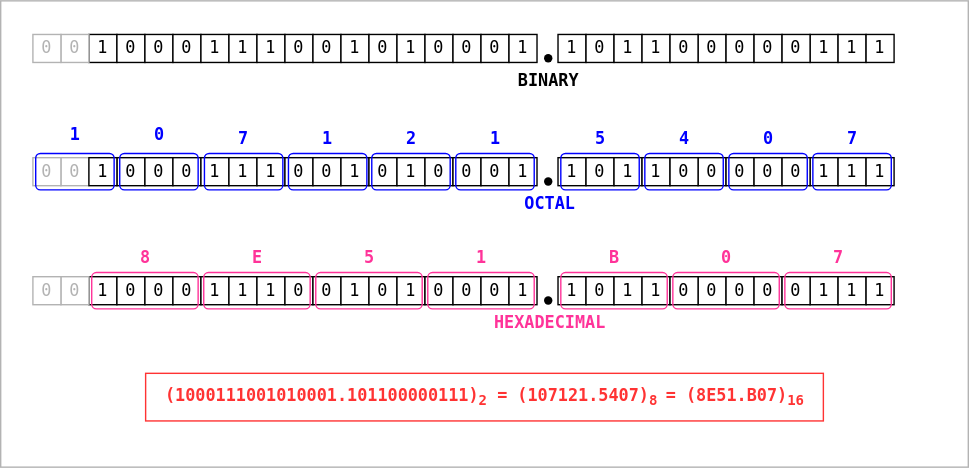
Earlier version of the draw.io export public/diagrams/binary-octal-hex.svg (datkumar/code-journal). Source tidied: cells renumbered, new cells last; positions are measured from the earlier drawing's top-left corner, leaving out a move shared by most shapes.
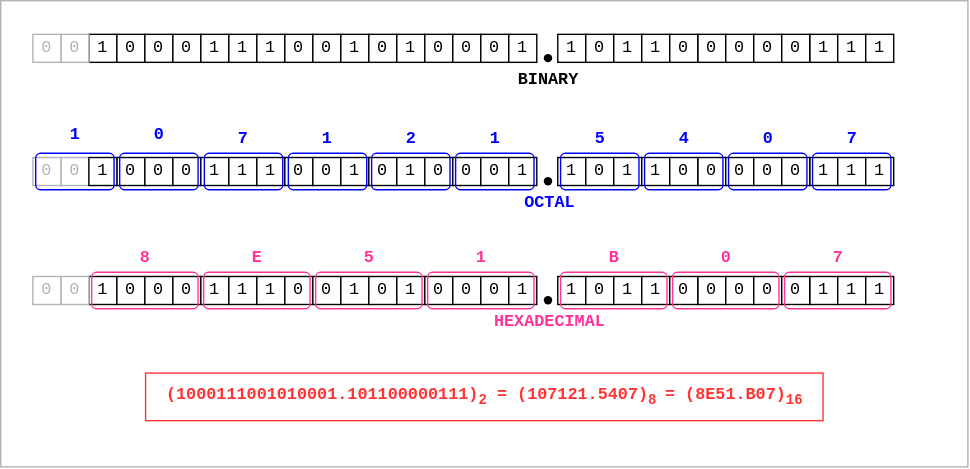
The same file after the commit.

What changed in the source:
```diff
@@ -62,7 +62,7 @@
     <mxCell id="21" value="0" style="whiteSpace=wrap;html=1;strokeColor=light-dark(#000000,#000000);fontFamily=monospace;fontColor=light-dark(#000000,#000000);fillStyle=solid;fillColor=light-dark(#FFFFFF,#FFFFFF);" parent="1" vertex="1">
       <mxGeometry x="498" y="24" width="20" height="20" as="geometry" />
     </mxCell>
-    <mxCell id="22" style="shape=waypoint;sketch=0;fillStyle=solid;size=6;fillColor=none;perimeter=centerPerimeter;strokeColor=light-dark(#000000,#000000);" parent="1" vertex="1">
+    <mxCell id="22" style="shape=waypoint;sketch=0;fillStyle=solid;size=6;fillColor=none;perimeter=centerPerimeter;strokeColor=light-dark(#000000,#000000);fontFamily=monospace;" parent="1" vertex="1">
       <mxGeometry x="381" y="31" width="20" height="20" as="geometry" />
     </mxCell>
     <mxCell id="23" value="0" style="whiteSpace=wrap;html=1;strokeColor=light-dark(#000000,#000000);fontFamily=monospace;fontColor=light-dark(#000000,#000000);fillStyle=solid;fillColor=light-dark(#FFFFFF,#FFFFFF);" parent="1" vertex="1">
@@ -146,7 +146,7 @@
     <mxCell id="49" value="0" style="whiteSpace=wrap;html=1;strokeColor=light-dark(#000000,#000000);fontFamily=monospace;fontColor=light-dark(#000000,#000000);fillStyle=solid;fillColor=light-dark(#FFFFFF,#FFFFFF);" parent="1" vertex="1">
       <mxGeometry x="498" y="112" width="20" height="20" as="geometry" />
     </mxCell>
-    <mxCell id="50" style="shape=waypoint;sketch=0;fillStyle=solid;size=6;fillColor=none;perimeter=centerPerimeter;strokeColor=light-dark(#000000,#000000);" parent="1" vertex="1">
+    <mxCell id="50" style="shape=waypoint;sketch=0;fillStyle=solid;size=6;fillColor=none;perimeter=centerPerimeter;strokeColor=light-dark(#000000,#000000);fontFamily=monospace;" parent="1" vertex="1">
       <mxGeometry x="381" y="119" width="20" height="20" as="geometry" />
     </mxCell>
     <mxCell id="51" value="0" style="whiteSpace=wrap;html=1;strokeColor=light-dark(#000000,#000000);fontFamily=monospace;fontColor=light-dark(#000000,#000000);fillStyle=solid;fillColor=light-dark(#FFFFFF,#FFFFFF);" parent="1" vertex="1">
@@ -179,31 +179,31 @@
     <mxCell id="60" value="1" style="whiteSpace=wrap;html=1;strokeColor=light-dark(#000000,#000000);fontFamily=monospace;fontColor=light-dark(#000000,#000000);fillStyle=solid;fillColor=light-dark(#FFFFFF,#FFFFFF);" parent="1" vertex="1">
       <mxGeometry x="618" y="112" width="20" height="20" as="geometry" />
     </mxCell>
-    <mxCell id="61" style="rounded=1;whiteSpace=wrap;html=1;fillColor=none;arcSize=13;strokeColor=light-dark(#0000FF,#0000FF);strokeWidth=1;fontColor=light-dark(#0000FF,#0000FF);" parent="1" vertex="1">
+    <mxCell id="61" style="rounded=1;whiteSpace=wrap;html=1;fillColor=none;arcSize=13;strokeColor=light-dark(#0000FF,#0000FF);strokeWidth=1;fontColor=light-dark(#0000FF,#0000FF);fontFamily=monospace;" parent="1" vertex="1">
       <mxGeometry x="325" y="109" width="56" height="26" as="geometry" />
     </mxCell>
-    <mxCell id="62" style="rounded=1;whiteSpace=wrap;html=1;fillColor=none;arcSize=13;strokeColor=light-dark(#0000FF,#0000FF);strokeWidth=1;fontColor=light-dark(#0000FF,#0000FF);" parent="1" vertex="1">
+    <mxCell id="62" style="rounded=1;whiteSpace=wrap;html=1;fillColor=none;arcSize=13;strokeColor=light-dark(#0000FF,#0000FF);strokeWidth=1;fontColor=light-dark(#0000FF,#0000FF);fontFamily=monospace;" parent="1" vertex="1">
       <mxGeometry x="265" y="109" width="56" height="26" as="geometry" />
     </mxCell>
-    <mxCell id="63" style="rounded=1;whiteSpace=wrap;html=1;fillColor=none;arcSize=13;strokeColor=light-dark(#0000FF,#0000FF);strokeWidth=1;fontColor=light-dark(#0000FF,#0000FF);" parent="1" vertex="1">
+    <mxCell id="63" style="rounded=1;whiteSpace=wrap;html=1;fillColor=none;arcSize=13;strokeColor=light-dark(#0000FF,#0000FF);strokeWidth=1;fontColor=light-dark(#0000FF,#0000FF);fontFamily=monospace;" parent="1" vertex="1">
       <mxGeometry x="205.5" y="109" width="56" height="26" as="geometry" />
     </mxCell>
-    <mxCell id="64" style="rounded=1;whiteSpace=wrap;html=1;fillColor=none;arcSize=13;strokeColor=light-dark(#0000FF,#0000FF);strokeWidth=1;fontColor=light-dark(#0000FF,#0000FF);" parent="1" vertex="1">
+    <mxCell id="64" style="rounded=1;whiteSpace=wrap;html=1;fillColor=none;arcSize=13;strokeColor=light-dark(#0000FF,#0000FF);strokeWidth=1;fontColor=light-dark(#0000FF,#0000FF);fontFamily=monospace;" parent="1" vertex="1">
       <mxGeometry x="145.5" y="109" width="56" height="26" as="geometry" />
     </mxCell>
-    <mxCell id="65" style="rounded=1;whiteSpace=wrap;html=1;fillColor=none;arcSize=13;strokeColor=light-dark(#0000FF,#0000FF);strokeWidth=1;fontColor=light-dark(#0000FF,#0000FF);" parent="1" vertex="1">
+    <mxCell id="65" style="rounded=1;whiteSpace=wrap;html=1;fillColor=none;arcSize=13;strokeColor=light-dark(#0000FF,#0000FF);strokeWidth=1;fontColor=light-dark(#0000FF,#0000FF);fontFamily=monospace;" parent="1" vertex="1">
       <mxGeometry x="85" y="109" width="56" height="26" as="geometry" />
     </mxCell>
-    <mxCell id="66" style="rounded=1;whiteSpace=wrap;html=1;fillColor=none;arcSize=13;strokeColor=light-dark(#0000FF,#0000FF);strokeWidth=1;fontColor=light-dark(#0000FF,#0000FF);" parent="1" vertex="1">
+    <mxCell id="66" style="rounded=1;whiteSpace=wrap;html=1;fillColor=none;arcSize=13;strokeColor=light-dark(#0000FF,#0000FF);strokeWidth=1;fontColor=light-dark(#0000FF,#0000FF);fontFamily=monospace;" parent="1" vertex="1">
       <mxGeometry x="460" y="109" width="56" height="26" as="geometry" />
     </mxCell>
-    <mxCell id="67" style="rounded=1;whiteSpace=wrap;html=1;fillColor=none;arcSize=13;strokeColor=light-dark(#0000FF,#0000FF);strokeWidth=1;fontColor=light-dark(#0000FF,#0000FF);" parent="1" vertex="1">
+    <mxCell id="67" style="rounded=1;whiteSpace=wrap;html=1;fillColor=none;arcSize=13;strokeColor=light-dark(#0000FF,#0000FF);strokeWidth=1;fontColor=light-dark(#0000FF,#0000FF);fontFamily=monospace;" parent="1" vertex="1">
       <mxGeometry x="400" y="109" width="56" height="26" as="geometry" />
     </mxCell>
-    <mxCell id="68" style="rounded=1;whiteSpace=wrap;html=1;fillColor=none;arcSize=13;strokeColor=light-dark(#0000FF,#0000FF);strokeWidth=1;fontColor=light-dark(#0000FF,#0000FF);" parent="1" vertex="1">
+    <mxCell id="68" style="rounded=1;whiteSpace=wrap;html=1;fillColor=none;arcSize=13;strokeColor=light-dark(#0000FF,#0000FF);strokeWidth=1;fontColor=light-dark(#0000FF,#0000FF);fontFamily=monospace;" parent="1" vertex="1">
       <mxGeometry x="580" y="109" width="56" height="26" as="geometry" />
     </mxCell>
-    <mxCell id="69" style="rounded=1;whiteSpace=wrap;html=1;fillColor=none;arcSize=13;strokeColor=light-dark(#0000FF,#0000FF);strokeWidth=1;fontColor=light-dark(#0000FF,#0000FF);" parent="1" vertex="1">
+    <mxCell id="69" style="rounded=1;whiteSpace=wrap;html=1;fillColor=none;arcSize=13;strokeColor=light-dark(#0000FF,#0000FF);strokeWidth=1;fontColor=light-dark(#0000FF,#0000FF);fontFamily=monospace;" parent="1" vertex="1">
       <mxGeometry x="520" y="109" width="56" height="26" as="geometry" />
     </mxCell>
     <mxCell id="70" value="1" style="whiteSpace=wrap;html=1;strokeColor=light-dark(#000000,#000000);fontFamily=monospace;fontColor=light-dark(#000000,#000000);fillStyle=solid;fillColor=light-dark(#FFFFFF,#FFFFFF);" parent="1" vertex="1">
@@ -260,7 +260,7 @@
     <mxCell id="87" value="0" style="whiteSpace=wrap;html=1;strokeColor=light-dark(#000000,#000000);fontFamily=monospace;fontColor=light-dark(#000000,#000000);fillStyle=solid;fillColor=light-dark(#FFFFFF,#FFFFFF);" parent="1" vertex="1">
       <mxGeometry x="498" y="197" width="20" height="20" as="geometry" />
     </mxCell>
-    <mxCell id="88" style="shape=waypoint;sketch=0;fillStyle=solid;size=6;fillColor=none;perimeter=centerPerimeter;strokeColor=light-dark(#000000,#000000);" parent="1" vertex="1">
+    <mxCell id="88" style="shape=waypoint;sketch=0;fillStyle=solid;size=6;fillColor=none;perimeter=centerPerimeter;strokeColor=light-dark(#000000,#000000);fontFamily=monospace;" parent="1" vertex="1">
       <mxGeometry x="381" y="204" width="20" height="20" as="geometry" />
     </mxCell>
     <mxCell id="89" value="0" style="whiteSpace=wrap;html=1;strokeColor=light-dark(#000000,#000000);fontFamily=monospace;fontColor=light-dark(#000000,#000000);fillStyle=solid;fillColor=light-dark(#FFFFFF,#FFFFFF);" parent="1" vertex="1">
@@ -293,25 +293,25 @@
     <mxCell id="98" value="1" style="whiteSpace=wrap;html=1;strokeColor=light-dark(#000000,#000000);fontFamily=monospace;fontColor=light-dark(#000000,#000000);fillStyle=solid;fillColor=light-dark(#FFFFFF,#FFFFFF);" parent="1" vertex="1">
       <mxGeometry x="618" y="197" width="20" height="20" as="geometry" />
     </mxCell>
-    <mxCell id="99" style="rounded=1;whiteSpace=wrap;html=1;fillColor=none;arcSize=13;strokeColor=light-dark(#FF3399,#FF3399);strokeWidth=1;" parent="1" vertex="1">
+    <mxCell id="99" style="rounded=1;whiteSpace=wrap;html=1;fillColor=none;arcSize=13;strokeColor=light-dark(#FF3399,#FF3399);strokeWidth=1;fontFamily=monospace;" parent="1" vertex="1">
       <mxGeometry x="305" y="194" width="76" height="26" as="geometry" />
     </mxCell>
-    <mxCell id="100" style="rounded=1;whiteSpace=wrap;html=1;fillColor=none;arcSize=13;strokeColor=light-dark(#FF3399,#FF3399);strokeWidth=1;" parent="1" vertex="1">
+    <mxCell id="100" style="rounded=1;whiteSpace=wrap;html=1;fillColor=none;arcSize=13;strokeColor=light-dark(#FF3399,#FF3399);strokeWidth=1;fontFamily=monospace;" parent="1" vertex="1">
       <mxGeometry x="225" y="194" width="76" height="26" as="geometry" />
     </mxCell>
-    <mxCell id="101" style="rounded=1;whiteSpace=wrap;html=1;fillColor=none;arcSize=13;strokeColor=light-dark(#FF3399,#FF3399);strokeWidth=1;" parent="1" vertex="1">
+    <mxCell id="101" style="rounded=1;whiteSpace=wrap;html=1;fillColor=none;arcSize=13;strokeColor=light-dark(#FF3399,#FF3399);strokeWidth=1;fontFamily=monospace;" parent="1" vertex="1">
       <mxGeometry x="145" y="194" width="76" height="26" as="geometry" />
     </mxCell>
-    <mxCell id="102" style="rounded=1;whiteSpace=wrap;html=1;fillColor=none;arcSize=13;strokeColor=light-dark(#FF3399,#FF3399);strokeWidth=1;" parent="1" vertex="1">
+    <mxCell id="102" style="rounded=1;whiteSpace=wrap;html=1;fillColor=none;arcSize=13;strokeColor=light-dark(#FF3399,#FF3399);strokeWidth=1;fontFamily=monospace;" parent="1" vertex="1">
       <mxGeometry x="65" y="194" width="76" height="26" as="geometry" />
     </mxCell>
-    <mxCell id="103" style="rounded=1;whiteSpace=wrap;html=1;fillColor=none;arcSize=13;strokeColor=light-dark(#FF3399,#FF3399);strokeWidth=1;" parent="1" vertex="1">
+    <mxCell id="103" style="rounded=1;whiteSpace=wrap;html=1;fillColor=none;arcSize=13;strokeColor=light-dark(#FF3399,#FF3399);strokeWidth=1;fontFamily=monospace;" parent="1" vertex="1">
       <mxGeometry x="400" y="194" width="76" height="26" as="geometry" />
     </mxCell>
-    <mxCell id="104" style="rounded=1;whiteSpace=wrap;html=1;fillColor=none;arcSize=13;strokeColor=light-dark(#FF3399,#FF3399);strokeWidth=1;" parent="1" vertex="1">
+    <mxCell id="104" style="rounded=1;whiteSpace=wrap;html=1;fillColor=none;arcSize=13;strokeColor=light-dark(#FF3399,#FF3399);strokeWidth=1;fontFamily=monospace;" parent="1" vertex="1">
       <mxGeometry x="480" y="194" width="76" height="26" as="geometry" />
     </mxCell>
-    <mxCell id="105" style="rounded=1;whiteSpace=wrap;html=1;fillColor=none;arcSize=13;strokeColor=light-dark(#FF3399,#FF3399);strokeWidth=1;" parent="1" vertex="1">
+    <mxCell id="105" style="rounded=1;whiteSpace=wrap;html=1;fillColor=none;arcSize=13;strokeColor=light-dark(#FF3399,#FF3399);strokeWidth=1;fontFamily=monospace;" parent="1" vertex="1">
       <mxGeometry x="560" y="194" width="76" height="26" as="geometry" />
     </mxCell>
     <mxCell id="106" value="1" style="text;html=1;align=center;verticalAlign=middle;strokeColor=none;fillColor=none;fontFamily=monospace;fontStyle=1;fontColor=light-dark(#0000FF,#0000FF);" parent="1" vertex="1">
@@ -386,7 +386,7 @@
     <mxCell id="129" value="1" style="whiteSpace=wrap;html=1;strokeColor=light-dark(#000000,#000000);fontFamily=monospace;fontColor=light-dark(#000000,#000000);fillStyle=solid;fillColor=light-dark(#FFFFFF,#FFFFFF);" parent="1" vertex="1">
       <mxGeometry x="63" y="112" width="20" height="20" as="geometry" />
     </mxCell>
-    <mxCell id="130" style="rounded=1;whiteSpace=wrap;html=1;fillColor=none;arcSize=13;strokeColor=light-dark(#0000FF,#0000FF);strokeWidth=1;fontColor=light-dark(#0000FF,#0000FF);" parent="1" vertex="1">
+    <mxCell id="130" style="rounded=1;whiteSpace=wrap;html=1;fillColor=none;arcSize=13;strokeColor=light-dark(#0000FF,#0000FF);strokeWidth=1;fontColor=light-dark(#0000FF,#0000FF);fontFamily=monospace;" parent="1" vertex="1">
       <mxGeometry x="25" y="109" width="56" height="26" as="geometry" />
     </mxCell>
     <mxCell id="131" value="HEXADECIMAL" style="text;html=1;align=center;verticalAlign=middle;strokeColor=none;fillColor=none;fontFamily=monospace;fontStyle=1;fontColor=light-dark(#FF3399,#FF3399);" parent="1" vertex="1">
```
